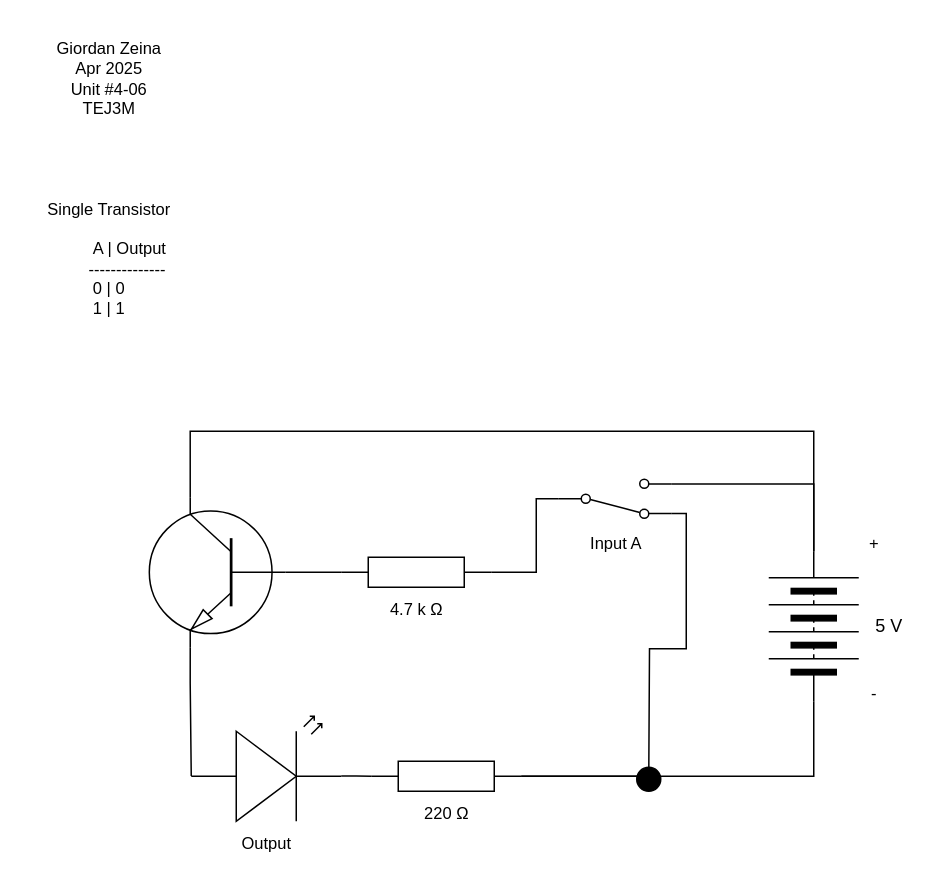
This is Unit4-06.drawio from giordan-zeina/TEJ3M-Unit4, a draw.io file, before an edit. Source tidied: cells renumbered, new cells numbered last; positions are measured from the earlier drawing's top-left corner, leaving out a move shared by most shapes. Both pictures are drawn from the tidied source at 150%, with x=0, y=0 at pixel (26, 26).
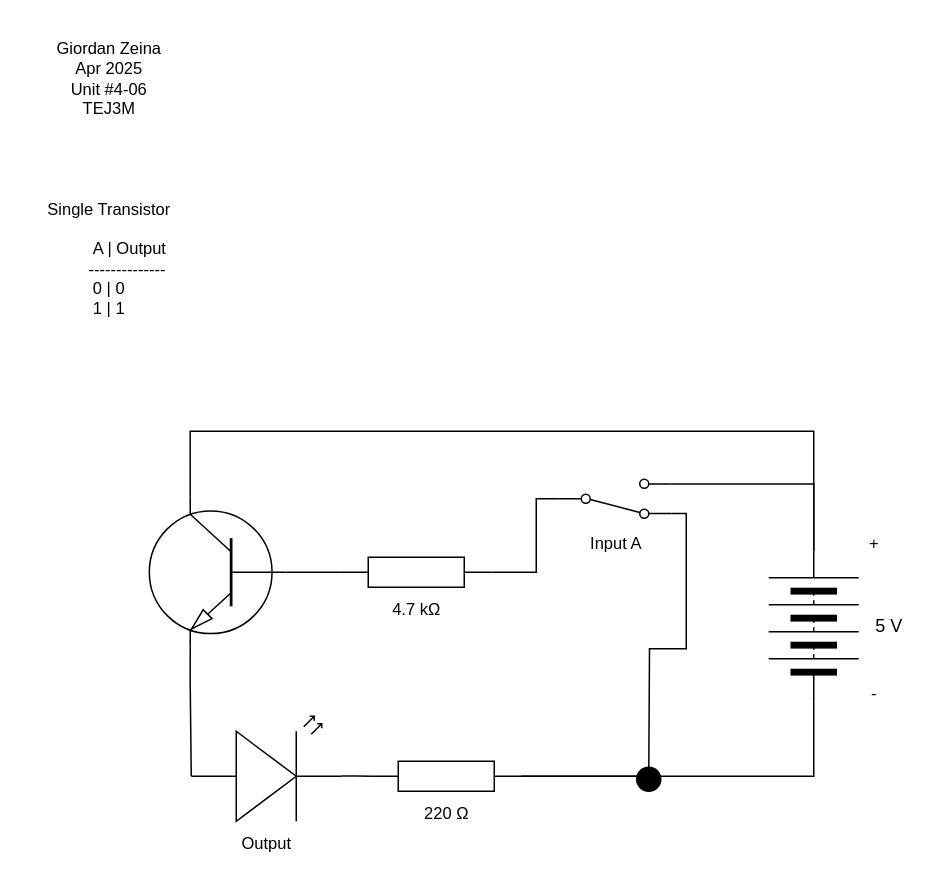
The same diagram, later.

Change to the diagram source:
```diff
@@
-    <mxCell id="22" value="4.7 k&amp;nbsp;&lt;span style=&quot;color: rgb(0, 0, 0);&quot;&gt;Ω&lt;/span&gt;" style="text;html=1;align=center;verticalAlign=middle;strokeColor=none;fillColor=none;fontFamily=Helvetica;fontSize=11;fontColor=default;labelBackgroundColor=default;" parent="1" vertex="1">
+    <mxCell id="22" value="4.7 k&lt;span style=&quot;color: rgb(0, 0, 0);&quot;&gt;Ω&lt;/span&gt;" style="text;html=1;align=center;verticalAlign=middle;strokeColor=none;fillColor=none;fontFamily=Helvetica;fontSize=11;fontColor=default;labelBackgroundColor=default;" parent="1" vertex="1">
       <mxGeometry x="230" y="374" width="60" height="30" as="geometry" />
     </mxCell>
```
